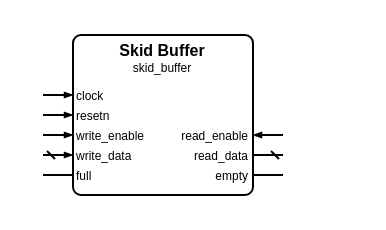
The draw.io diagram sources/data/access_enable/skid_buffer/skid_buffer.symbol.drawio in Louis-DR/OmniCores-BuildingBlocks, before the edit. Source tidied: cells renumbered, new cells numbered last; positions are measured from the earlier drawing's top-left corner, leaving out a move shared by most shapes. Both pictures are drawn from the tidied source at 200%, with x=0, y=0 at pixel (42, 34).
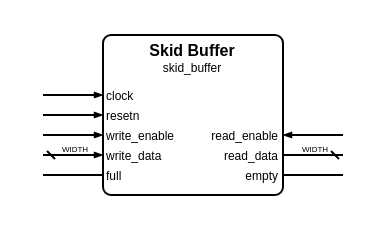
The same diagram, later.

Change to the diagram source:
```diff
@@
     <mxCell id="2" style="group;" parent="1" vertex="1">
-      <mxGeometry width="120" height="80" as="geometry" />
+      <mxGeometry width="150" height="80" as="geometry" />
     </mxCell>
     <mxCell id="3" style="rounded=1;arcSize=5;fillColor=none;strokeWidth=1;strokeColor=black;whiteSpace=wrap;html=1;" parent="2" vertex="1">
-      <mxGeometry x="15" width="90" height="80" as="geometry" />
+      <mxGeometry x="30" width="90" height="80" as="geometry" />
     </mxCell>
     <mxCell id="4" value="Skid Buffer" style="text;html=1;align=center;verticalAlign=middle;whiteSpace=wrap;rounded=0;fontSize=8;fontStyle=1;fontColor=black;" parent="2" vertex="1">
-      <mxGeometry x="15" y="7" width="90" as="geometry" />
+      <mxGeometry x="30" y="7" width="90" as="geometry" />
     </mxCell>
     <mxCell id="5" value="skid_buffer" style="text;html=1;align=center;verticalAlign=middle;whiteSpace=wrap;rounded=0;fontSize=6;fontStyle=0;fontColor=black;" parent="2" vertex="1">
-      <mxGeometry x="15" y="16" width="90" as="geometry" />
+      <mxGeometry x="30" y="16" width="90" as="geometry" />
     </mxCell>
     <mxCell id="6" value="clock" style="text;html=1;align=left;verticalAlign=middle;whiteSpace=wrap;rounded=0;fontSize=6;fontStyle=0;fontColor=black;" parent="2" vertex="1">
-      <mxGeometry x="15" y="30" width="90" as="geometry" />
+      <mxGeometry x="30" y="30" width="90" as="geometry" />
     </mxCell>
     <mxCell id="7" style="html=1;rounded=1;strokeWidth=1;strokeColor=black;startFill=0;startSize=2;startArrow=none;endFill=1;endSize=2;endArrow=blockThin;sourcePerimeterSpacing=0;" parent="2" edge="1">
       <mxGeometry relative="1" as="geometry">
         <mxPoint y="30" as="sourcePoint" />
-        <mxPoint x="15" y="30" as="targetPoint" />
+        <mxPoint x="30" y="30" as="targetPoint" />
       </mxGeometry>
     </mxCell>
     <mxCell id="8" value="resetn" style="text;html=1;align=left;verticalAlign=middle;whiteSpace=wrap;rounded=0;fontSize=6;fontStyle=0;fontColor=black;" parent="2" vertex="1">
-      <mxGeometry x="15" y="40" width="90" as="geometry" />
+      <mxGeometry x="30" y="40" width="90" as="geometry" />
     </mxCell>
     <mxCell id="9" style="html=1;rounded=1;strokeWidth=1;strokeColor=black;startFill=0;startSize=2;startArrow=none;endFill=1;endSize=2;endArrow=blockThin;sourcePerimeterSpacing=0;" parent="2" edge="1">
       <mxGeometry relative="1" as="geometry">
         <mxPoint y="40" as="sourcePoint" />
-        <mxPoint x="15" y="40" as="targetPoint" />
+        <mxPoint x="30" y="40" as="targetPoint" />
       </mxGeometry>
     </mxCell>
     <mxCell id="10" value="write_enable" style="text;html=1;align=left;verticalAlign=middle;whiteSpace=wrap;rounded=0;fontSize=6;fontStyle=0;fontColor=black;" parent="2" vertex="1">
-      <mxGeometry x="15" y="50" width="90" as="geometry" />
+      <mxGeometry x="30" y="50" width="90" as="geometry" />
     </mxCell>
     <mxCell id="11" style="html=1;rounded=1;strokeWidth=1;strokeColor=black;startFill=0;startSize=2;startArrow=none;endFill=1;endSize=2;endArrow=blockThin;sourcePerimeterSpacing=0;" parent="2" edge="1">
       <mxGeometry relative="1" as="geometry">
         <mxPoint y="50" as="sourcePoint" />
-        <mxPoint x="15" y="50" as="targetPoint" />
+        <mxPoint x="30" y="50" as="targetPoint" />
       </mxGeometry>
     </mxCell>
     <mxCell id="12" value="read_enable" style="text;html=1;align=right;verticalAlign=middle;whiteSpace=wrap;rounded=0;fontSize=6;fontStyle=0;fontColor=black;" parent="2" vertex="1">
-      <mxGeometry x="15" y="50" width="90" as="geometry" />
+      <mxGeometry x="30" y="50" width="90" as="geometry" />
     </mxCell>
     <mxCell id="13" style="html=1;rounded=1;strokeWidth=1;strokeColor=black;startFill=0;startSize=2;startArrow=none;endFill=1;endSize=2;endArrow=blockThin;sourcePerimeterSpacing=0;" parent="2" edge="1">
       <mxGeometry relative="1" as="geometry">
-        <mxPoint x="120" y="50" as="sourcePoint" />
-        <mxPoint x="105" y="50" as="targetPoint" />
+        <mxPoint x="150" y="50" as="sourcePoint" />
+        <mxPoint x="120" y="50" as="targetPoint" />
       </mxGeometry>
     </mxCell>
     <mxCell id="14" value="write_data" style="text;html=1;align=left;verticalAlign=middle;whiteSpace=wrap;rounded=0;fontSize=6;fontStyle=0;fontColor=black;" parent="2" vertex="1">
-      <mxGeometry x="15" y="60" width="90" as="geometry" />
+      <mxGeometry x="30" y="60" width="90" as="geometry" />
     </mxCell>
     <mxCell id="15" style="html=1;rounded=1;strokeWidth=1;strokeColor=black;startFill=0;startSize=2;startArrow=dash;endFill=1;endSize=2;endArrow=blockThin;sourcePerimeterSpacing=0;" parent="2" edge="1">
       <mxGeometry relative="1" as="geometry">
         <mxPoint y="60" as="sourcePoint" />
-        <mxPoint x="15" y="60" as="targetPoint" />
+        <mxPoint x="30" y="60" as="targetPoint" />
       </mxGeometry>
     </mxCell>
+    <mxCell id="22" value="WIDTH" style="text;html=1;align=center;verticalAlign=middle;whiteSpace=nowrap;rounded=0;fontSize=4;fontStyle=0;fontColor=black;" parent="2" vertex="1">
+      <mxGeometry x="15" y="57" as="geometry" />
+    </mxCell>
     <mxCell id="16" value="read_data" style="text;html=1;align=right;verticalAlign=middle;whiteSpace=wrap;rounded=0;fontSize=6;fontStyle=0;fontColor=black;" parent="2" vertex="1">
-      <mxGeometry x="15" y="60" width="90" as="geometry" />
+      <mxGeometry x="30" y="60" width="90" as="geometry" />
     </mxCell>
     <mxCell id="17" style="html=1;rounded=1;strokeWidth=1;strokeColor=black;startFill=0;startSize=2;startArrow=dash;endFill=1;endSize=2;endArrow=none;sourcePerimeterSpacing=0;" parent="2" edge="1">
       <mxGeometry relative="1" as="geometry">
-        <mxPoint x="120" y="60" as="sourcePoint" />
-        <mxPoint x="105" y="60" as="targetPoint" />
+        <mxPoint x="150" y="60" as="sourcePoint" />
+        <mxPoint x="120" y="60" as="targetPoint" />
       </mxGeometry>
     </mxCell>
+    <mxCell id="23" value="WIDTH" style="text;html=1;align=center;verticalAlign=middle;whiteSpace=nowrap;rounded=0;fontSize=4;fontStyle=0;fontColor=black;" parent="2" vertex="1">
+      <mxGeometry x="135" y="57" as="geometry" />
+    </mxCell>
     <mxCell id="18" value="full" style="text;html=1;align=left;verticalAlign=middle;whiteSpace=wrap;rounded=0;fontSize=6;fontStyle=0;fontColor=black;" parent="2" vertex="1">
-      <mxGeometry x="15" y="70" width="90" as="geometry" />
+      <mxGeometry x="30" y="70" width="90" as="geometry" />
     </mxCell>
     <mxCell id="19" style="html=1;rounded=1;strokeWidth=1;strokeColor=black;startFill=0;startSize=2;startArrow=none;endFill=1;endSize=2;endArrow=none;sourcePerimeterSpacing=0;" parent="2" edge="1">
       <mxGeometry relative="1" as="geometry">
         <mxPoint y="70" as="sourcePoint" />
-        <mxPoint x="15" y="70" as="targetPoint" />
+        <mxPoint x="30" y="70" as="targetPoint" />
       </mxGeometry>
     </mxCell>
     <mxCell id="20" value="empty" style="text;html=1;align=right;verticalAlign=middle;whiteSpace=wrap;rounded=0;fontSize=6;fontStyle=0;fontColor=black;" parent="2" vertex="1">
-      <mxGeometry x="15" y="70" width="90" as="geometry" />
+      <mxGeometry x="30" y="70" width="90" as="geometry" />
     </mxCell>
     <mxCell id="21" style="html=1;rounded=1;strokeWidth=1;strokeColor=black;startFill=0;startSize=2;startArrow=none;endFill=1;endSize=2;endArrow=none;sourcePerimeterSpacing=0;" parent="2" edge="1">
       <mxGeometry relative="1" as="geometry">
-        <mxPoint x="120" y="70" as="sourcePoint" />
-        <mxPoint x="105" y="70" as="targetPoint" />
+        <mxPoint x="150" y="70" as="sourcePoint" />
+        <mxPoint x="120" y="70" as="targetPoint" />
       </mxGeometry>
     </mxCell>
```
